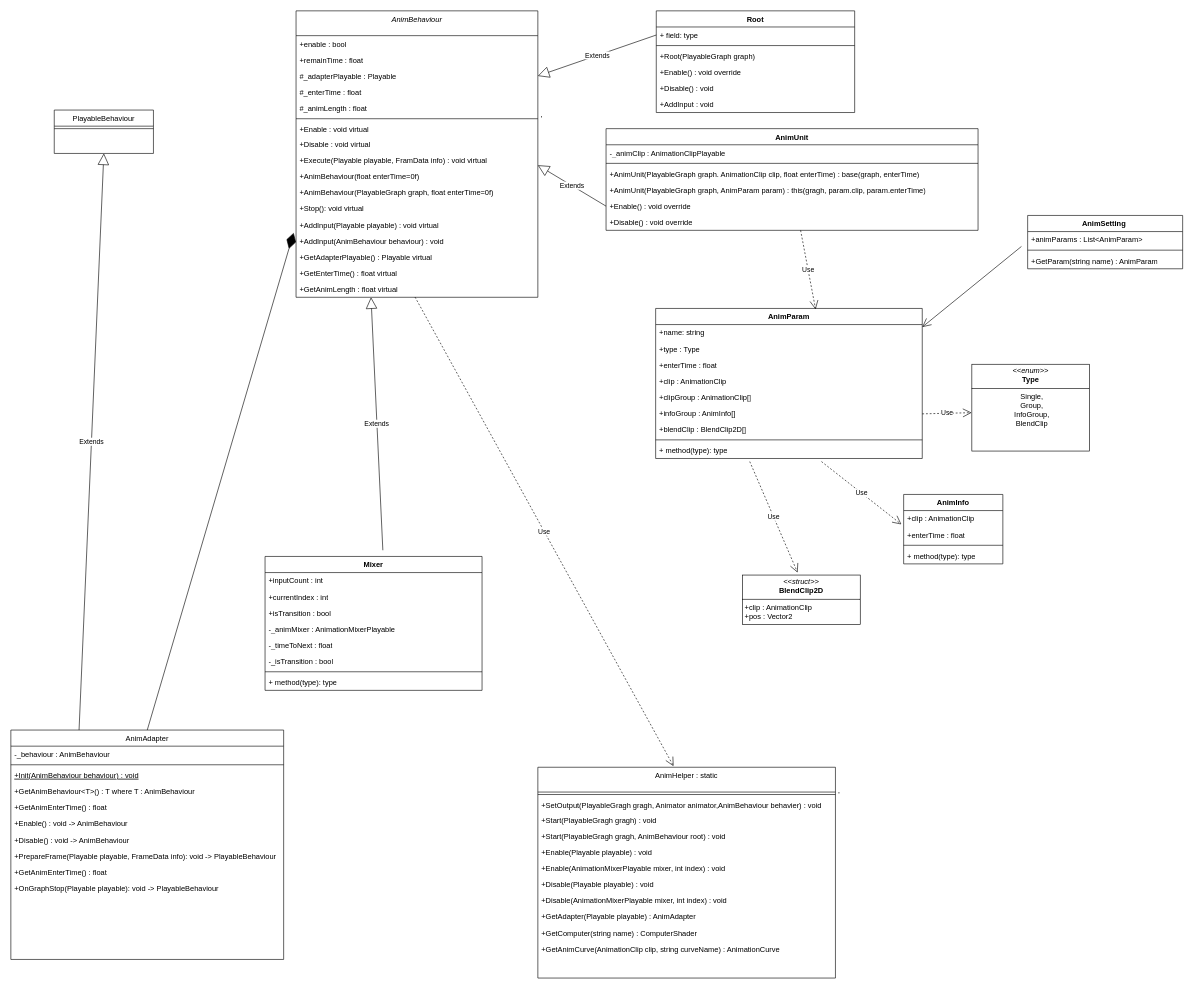
QAQSly/QAQSly keeps this draw.io diagram as animation.drawio. Above is the earlier version. Source tidied: cells renumbered, new cells numbered last; positions are measured from the earlier drawing's top-left corner, leaving out a move shared by most shapes. Both pictures are drawn from the tidied source at 62%, with x=0, y=0 at pixel (11, 11).
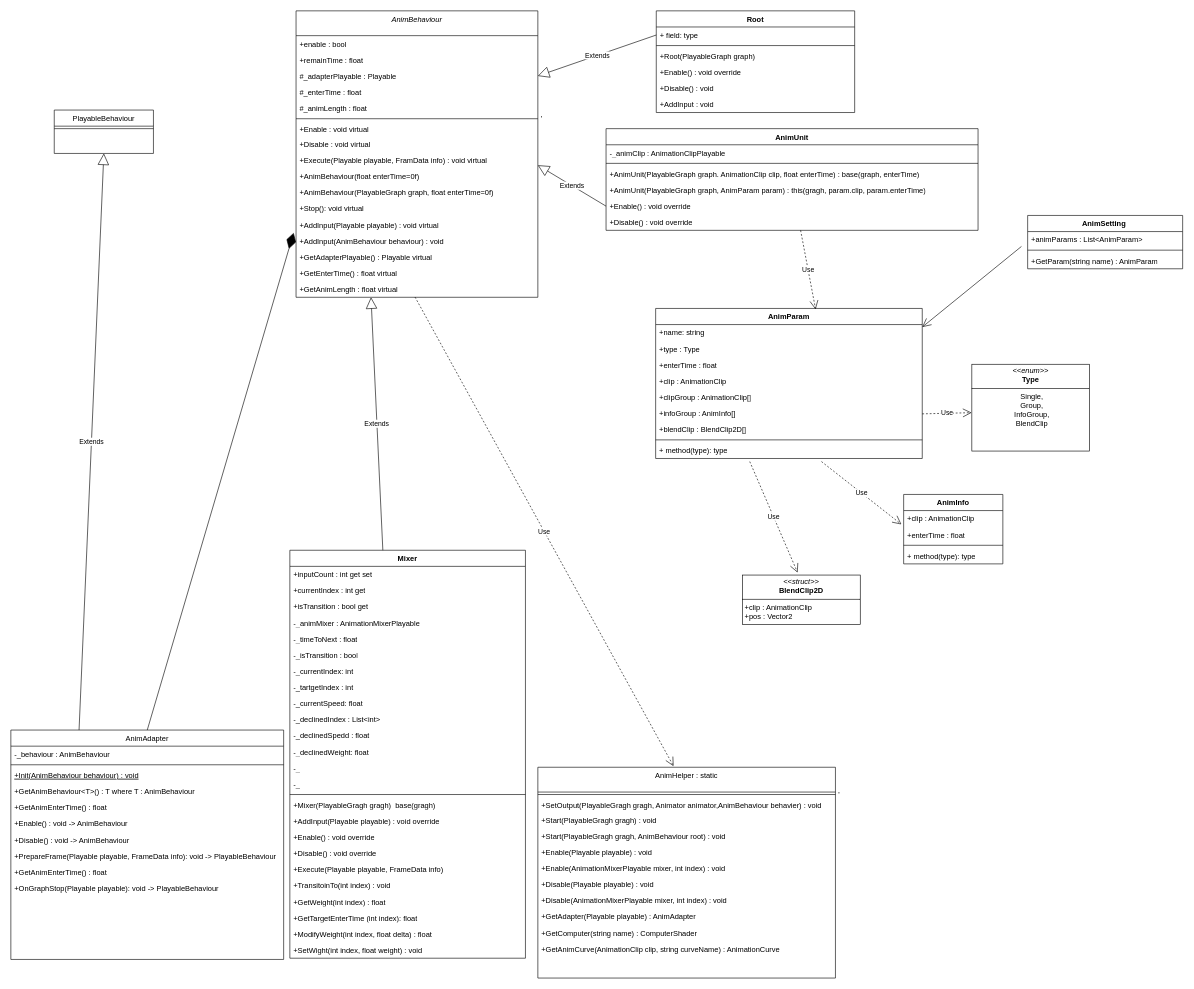
The same page after the edit.

What changed in the source:
```diff
@@
     <mxCell id="90" value="Mixer" style="swimlane;fontStyle=1;align=center;verticalAlign=top;horizontal=1;startSize=26;whiteSpace=wrap;html=1;" parent="1" vertex="1">
-      <mxGeometry x="410" y="880" width="350" height="216" as="geometry" />
+      <mxGeometry x="450" y="870" width="380" height="658" as="geometry" />
     </mxCell>
-    <mxCell id="91" value="+inputCount : int" style="text;strokeColor=none;fillColor=none;align=left;verticalAlign=top;spacingLeft=4;spacingRight=4;overflow=hidden;whiteSpace=wrap;html=1;" parent="90" vertex="1">
-      <mxGeometry y="26" width="350" height="26" as="geometry" />
+    <mxCell id="91" value="+inputCount : int get set" style="text;strokeColor=none;fillColor=none;align=left;verticalAlign=top;spacingLeft=4;spacingRight=4;overflow=hidden;whiteSpace=wrap;html=1;" parent="90" vertex="1">
+      <mxGeometry y="26" width="380" height="26" as="geometry" />
     </mxCell>
-    <mxCell id="92" value="+currentIndex : int" style="text;strokeColor=none;fillColor=none;align=left;verticalAlign=top;spacingLeft=4;spacingRight=4;overflow=hidden;whiteSpace=wrap;html=1;" parent="90" vertex="1">
-      <mxGeometry y="52" width="350" height="26" as="geometry" />
+    <mxCell id="92" value="+currentIndex : int get" style="text;strokeColor=none;fillColor=none;align=left;verticalAlign=top;spacingLeft=4;spacingRight=4;overflow=hidden;whiteSpace=wrap;html=1;" parent="90" vertex="1">
+      <mxGeometry y="52" width="380" height="26" as="geometry" />
     </mxCell>
-    <mxCell id="93" value="+isTransition : bool" style="text;strokeColor=none;fillColor=none;align=left;verticalAlign=top;spacingLeft=4;spacingRight=4;overflow=hidden;whiteSpace=wrap;html=1;" parent="90" vertex="1">
-      <mxGeometry y="78" width="350" height="26" as="geometry" />
+    <mxCell id="93" value="+isTransition : bool get" style="text;strokeColor=none;fillColor=none;align=left;verticalAlign=top;spacingLeft=4;spacingRight=4;overflow=hidden;whiteSpace=wrap;html=1;" parent="90" vertex="1">
+      <mxGeometry y="78" width="380" height="26" as="geometry" />
     </mxCell>
     <mxCell id="94" value="-_animMixer : AnimationMixerPlayable" style="text;strokeColor=none;fillColor=none;align=left;verticalAlign=top;spacingLeft=4;spacingRight=4;overflow=hidden;whiteSpace=wrap;html=1;" parent="90" vertex="1">
-      <mxGeometry y="104" width="350" height="26" as="geometry" />
+      <mxGeometry y="104" width="380" height="26" as="geometry" />
     </mxCell>
     <mxCell id="95" value="-_timeToNext : float" style="text;strokeColor=none;fillColor=none;align=left;verticalAlign=top;spacingLeft=4;spacingRight=4;overflow=hidden;whiteSpace=wrap;html=1;" parent="90" vertex="1">
-      <mxGeometry y="130" width="350" height="26" as="geometry" />
+      <mxGeometry y="130" width="380" height="26" as="geometry" />
     </mxCell>
     <mxCell id="96" value="-_isTransition : bool" style="text;strokeColor=none;fillColor=none;align=left;verticalAlign=top;spacingLeft=4;spacingRight=4;overflow=hidden;whiteSpace=wrap;html=1;" parent="90" vertex="1">
-      <mxGeometry y="156" width="350" height="26" as="geometry" />
+      <mxGeometry y="156" width="380" height="26" as="geometry" />
     </mxCell>
+    <mxCell id="100" value="-_currentIndex: int" style="text;strokeColor=none;fillColor=none;align=left;verticalAlign=top;spacingLeft=4;spacingRight=4;overflow=hidden;whiteSpace=wrap;html=1;" parent="90" vertex="1">
+      <mxGeometry y="182" width="380" height="26" as="geometry" />
+    </mxCell>
+    <mxCell id="101" value="-_tartgetIndex : int" style="text;strokeColor=none;fillColor=none;align=left;verticalAlign=top;spacingLeft=4;spacingRight=4;overflow=hidden;whiteSpace=wrap;html=1;" parent="90" vertex="1">
+      <mxGeometry y="208" width="380" height="26" as="geometry" />
+    </mxCell>
+    <mxCell id="102" value="-_currentSpeed: float" style="text;strokeColor=none;fillColor=none;align=left;verticalAlign=top;spacingLeft=4;spacingRight=4;overflow=hidden;whiteSpace=wrap;html=1;" parent="90" vertex="1">
+      <mxGeometry y="234" width="380" height="26" as="geometry" />
+    </mxCell>
+    <mxCell id="103" value="-_declinedIndex : List&amp;lt;int&amp;gt;" style="text;strokeColor=none;fillColor=none;align=left;verticalAlign=top;spacingLeft=4;spacingRight=4;overflow=hidden;whiteSpace=wrap;html=1;" parent="90" vertex="1">
+      <mxGeometry y="260" width="380" height="26" as="geometry" />
+    </mxCell>
+    <mxCell id="104" value="-_declinedSpedd : float" style="text;strokeColor=none;fillColor=none;align=left;verticalAlign=top;spacingLeft=4;spacingRight=4;overflow=hidden;whiteSpace=wrap;html=1;" parent="90" vertex="1">
+      <mxGeometry y="286" width="380" height="26" as="geometry" />
+    </mxCell>
+    <mxCell id="105" value="-_declinedWeight: float" style="text;strokeColor=none;fillColor=none;align=left;verticalAlign=top;spacingLeft=4;spacingRight=4;overflow=hidden;whiteSpace=wrap;html=1;" parent="90" vertex="1">
+      <mxGeometry y="312" width="380" height="26" as="geometry" />
+    </mxCell>
+    <mxCell id="106" value="-_" style="text;strokeColor=none;fillColor=none;align=left;verticalAlign=top;spacingLeft=4;spacingRight=4;overflow=hidden;whiteSpace=wrap;html=1;" parent="90" vertex="1">
+      <mxGeometry y="338" width="380" height="26" as="geometry" />
+    </mxCell>
+    <mxCell id="107" value="-_" style="text;strokeColor=none;fillColor=none;align=left;verticalAlign=top;spacingLeft=4;spacingRight=4;overflow=hidden;whiteSpace=wrap;html=1;" parent="90" vertex="1">
+      <mxGeometry y="364" width="380" height="26" as="geometry" />
+    </mxCell>
     <mxCell id="97" style="line;strokeWidth=1;fillColor=none;align=left;verticalAlign=middle;spacingTop=-1;spacingLeft=3;spacingRight=3;labelPosition=right;strokeColor=inherit;" parent="90" vertex="1">
-      <mxGeometry y="182" width="350" height="8" as="geometry" />
+      <mxGeometry y="390" width="380" height="8" as="geometry" />
     </mxCell>
-    <mxCell id="98" value="+ method(type): type" style="text;strokeColor=none;fillColor=none;align=left;verticalAlign=top;spacingLeft=4;spacingRight=4;overflow=hidden;whiteSpace=wrap;html=1;" parent="90" vertex="1">
-      <mxGeometry y="190" width="350" height="26" as="geometry" />
+    <mxCell id="98" value="+Mixer(PlayableGragh gragh)&amp;nbsp; base(gragh)" style="text;strokeColor=none;fillColor=none;align=left;verticalAlign=top;spacingLeft=4;spacingRight=4;overflow=hidden;whiteSpace=wrap;html=1;" parent="90" vertex="1">
+      <mxGeometry y="398" width="380" height="26" as="geometry" />
     </mxCell>
+    <mxCell id="108" value="+AddInput(Playable playable) : void override" style="text;strokeColor=none;fillColor=none;align=left;verticalAlign=top;spacingLeft=4;spacingRight=4;overflow=hidden;whiteSpace=wrap;html=1;" parent="90" vertex="1">
+      <mxGeometry y="424" width="380" height="26" as="geometry" />
+    </mxCell>
+    <mxCell id="109" value="+Enable() : void override" style="text;strokeColor=none;fillColor=none;align=left;verticalAlign=top;spacingLeft=4;spacingRight=4;overflow=hidden;whiteSpace=wrap;html=1;" parent="90" vertex="1">
+      <mxGeometry y="450" width="380" height="26" as="geometry" />
+    </mxCell>
+    <mxCell id="110" value="+Disable() : void override" style="text;strokeColor=none;fillColor=none;align=left;verticalAlign=top;spacingLeft=4;spacingRight=4;overflow=hidden;whiteSpace=wrap;html=1;" parent="90" vertex="1">
+      <mxGeometry y="476" width="380" height="26" as="geometry" />
+    </mxCell>
+    <mxCell id="111" value="+Execute(Playable playable, FrameData info)" style="text;strokeColor=none;fillColor=none;align=left;verticalAlign=top;spacingLeft=4;spacingRight=4;overflow=hidden;whiteSpace=wrap;html=1;" parent="90" vertex="1">
+      <mxGeometry y="502" width="380" height="26" as="geometry" />
+    </mxCell>
+    <mxCell id="112" value="+TransitoinTo(int index) : void" style="text;strokeColor=none;fillColor=none;align=left;verticalAlign=top;spacingLeft=4;spacingRight=4;overflow=hidden;whiteSpace=wrap;html=1;" parent="90" vertex="1">
+      <mxGeometry y="528" width="380" height="26" as="geometry" />
+    </mxCell>
+    <mxCell id="113" value="+GetWeight(int index) : float" style="text;strokeColor=none;fillColor=none;align=left;verticalAlign=top;spacingLeft=4;spacingRight=4;overflow=hidden;whiteSpace=wrap;html=1;" parent="90" vertex="1">
+      <mxGeometry y="554" width="380" height="26" as="geometry" />
+    </mxCell>
+    <mxCell id="114" value="+GetTargetEnterTime (int index): float" style="text;strokeColor=none;fillColor=none;align=left;verticalAlign=top;spacingLeft=4;spacingRight=4;overflow=hidden;whiteSpace=wrap;html=1;" parent="90" vertex="1">
+      <mxGeometry y="580" width="380" height="26" as="geometry" />
+    </mxCell>
+    <mxCell id="115" value="+ModifyWeight(int index, float delta) : float" style="text;strokeColor=none;fillColor=none;align=left;verticalAlign=top;spacingLeft=4;spacingRight=4;overflow=hidden;whiteSpace=wrap;html=1;" parent="90" vertex="1">
+      <mxGeometry y="606" width="380" height="26" as="geometry" />
+    </mxCell>
+    <mxCell id="116" value="+SetWight(int index, float weight) : void" style="text;strokeColor=none;fillColor=none;align=left;verticalAlign=top;spacingLeft=4;spacingRight=4;overflow=hidden;whiteSpace=wrap;html=1;" parent="90" vertex="1">
+      <mxGeometry y="632" width="380" height="26" as="geometry" />
+    </mxCell>
```
